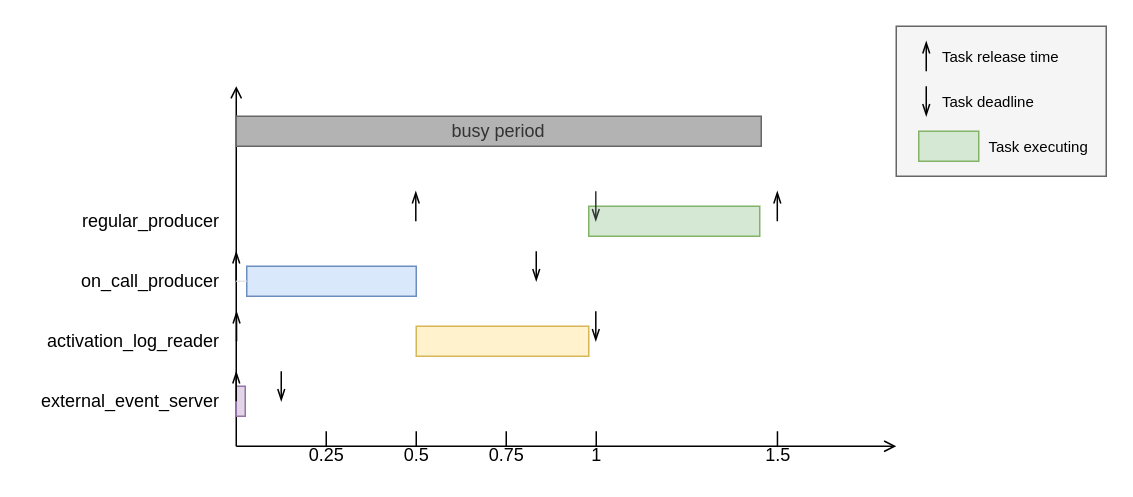
jiayihu/SRT keeps this draw.io diagram as page "edf_mono" (7 of 9) of report/images/timelines.drawio. Above is the earlier version. Source tidied: cells renumbered, new cells numbered last; positions are measured from the earlier drawing's top-left corner, leaving out a move shared by most shapes. Both pictures are drawn from the tidied source at 150%, with x=0, y=0 at pixel (26, 26).
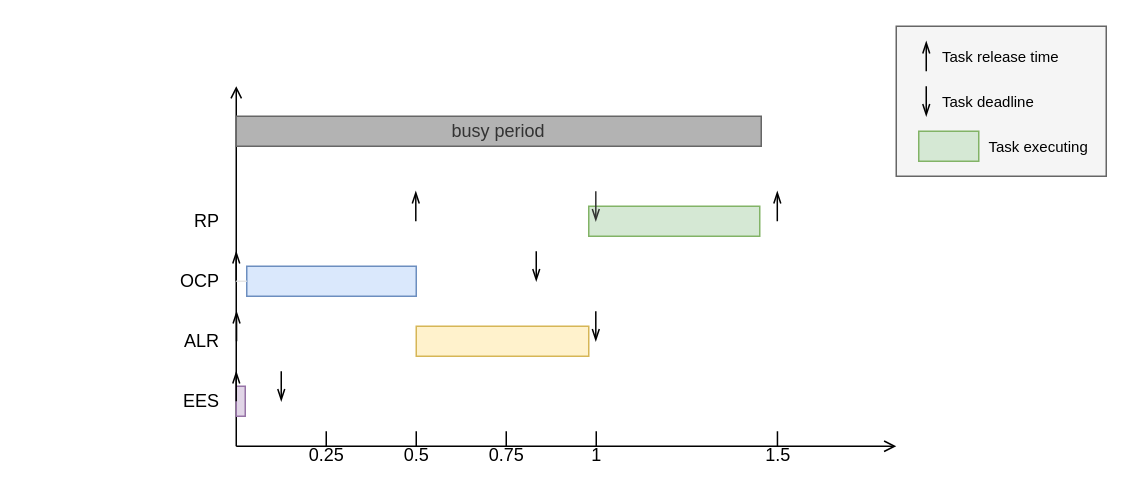
The same diagram, later.

What changed in the source:
```diff
@@
-    <mxCell id="5" value="regular_producer" style="text;html=1;align=right;verticalAlign=middle;" parent="1" vertex="1">
-      <mxGeometry x="20" y="120" width="110" height="20" as="geometry" />
+    <mxCell id="5" value="RP" style="text;html=1;align=right;verticalAlign=middle;" parent="1" vertex="1">
+      <mxGeometry x="100" y="120" width="30" height="20" as="geometry" />
     </mxCell>
@@
-    <mxCell id="21" value="on_call_producer" style="text;html=1;align=right;verticalAlign=middle;" parent="1" vertex="1">
-      <mxGeometry x="20" y="160" width="110" height="20" as="geometry" />
+    <mxCell id="21" value="OCP" style="text;html=1;align=right;verticalAlign=middle;" parent="1" vertex="1">
+      <mxGeometry x="90" y="160" width="40" height="20" as="geometry" />
     </mxCell>
-    <mxCell id="22" value="activation_log_reader" style="text;html=1;align=right;verticalAlign=middle;" parent="1" vertex="1">
-      <mxGeometry y="200" width="130" height="20" as="geometry" />
+    <mxCell id="22" value="ALR" style="text;html=1;align=right;verticalAlign=middle;" parent="1" vertex="1">
+      <mxGeometry x="90" y="200" width="40" height="20" as="geometry" />
     </mxCell>
-    <mxCell id="23" value="external_event_server" style="text;html=1;align=right;verticalAlign=middle;" parent="1" vertex="1">
-      <mxGeometry y="240" width="130" height="20" as="geometry" />
+    <mxCell id="23" value="EES" style="text;html=1;align=right;verticalAlign=middle;" parent="1" vertex="1">
+      <mxGeometry x="90" y="240" width="40" height="20" as="geometry" />
     </mxCell>
```
